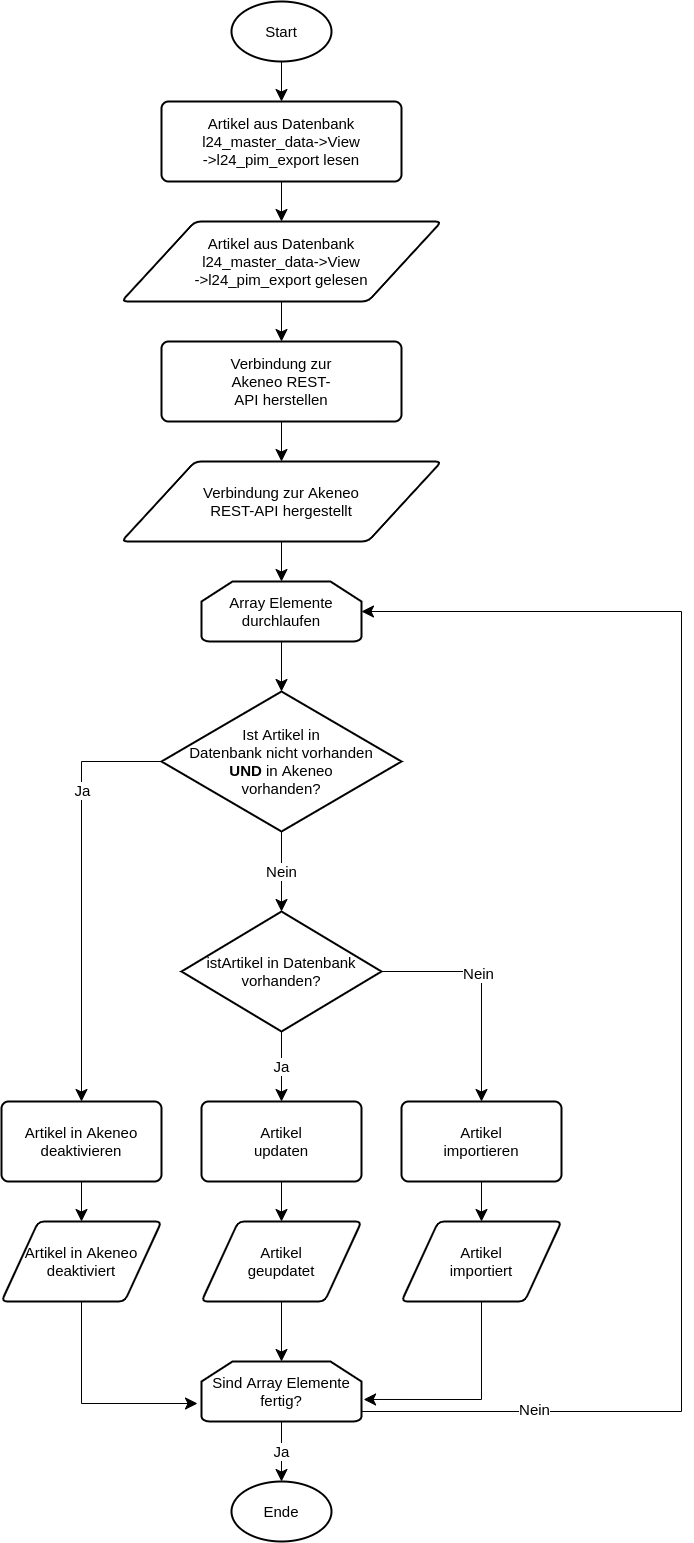
Above: PAP.png in kassemnaser/l24_master_data-Akeneo-middleware (draw.io), before the change. Source tidied: cells renumbered, new cells last; positions are measured from the earlier drawing's top-left corner, leaving out a move shared by most shapes. The source it was exported from:
```xml
<mxGraphModel>
  <root>
    <mxCell id="0" />
    <mxCell id="1" parent="0" />
    <mxCell id="2" style="edgeStyle=orthogonalEdgeStyle;rounded=0;jettySize=auto;html=1;endSize=10;" parent="1" edge="1" source="3" target="5">
      <mxGeometry relative="1" as="geometry" />
    </mxCell>
    <mxCell id="3" value="&lt;font style=&quot;font-size: 15px&quot;&gt;Start&lt;/font&gt;" style="strokeWidth=2;html=1;shape=mxgraph.flowchart.start_1;whiteSpace=wrap;" parent="1" vertex="1">
      <mxGeometry x="230" width="100" height="60" as="geometry" />
    </mxCell>
    <mxCell id="4" style="edgeStyle=orthogonalEdgeStyle;rounded=0;jettySize=auto;html=1;entryX=0.5;entryY=0;entryDx=0;entryDy=0;endSize=10;" parent="1" edge="1" source="5" target="7">
      <mxGeometry relative="1" as="geometry" />
    </mxCell>
    <mxCell id="5" value="&lt;div style=&quot;font-size: 15px&quot;&gt;&lt;font style=&quot;font-size: 15px&quot;&gt;Artikel aus Datenbank&lt;/font&gt;&lt;/div&gt;&lt;div style=&quot;font-size: 15px&quot;&gt;&lt;font style=&quot;font-size: 15px&quot;&gt;l24_master_data-&amp;gt;View&lt;/font&gt;&lt;/div&gt;&lt;div style=&quot;font-size: 15px&quot;&gt;&lt;font style=&quot;font-size: 15px&quot;&gt;-&amp;gt;&lt;/font&gt;&lt;span&gt;l24_pim_export lesen&lt;/span&gt;&lt;/div&gt;" style="rounded=1;whiteSpace=wrap;html=1;absoluteArcSize=1;arcSize=14;strokeWidth=2;" parent="1" vertex="1">
      <mxGeometry x="160" y="100" width="240" height="80" as="geometry" />
    </mxCell>
    <mxCell id="6" style="edgeStyle=orthogonalEdgeStyle;rounded=0;jettySize=auto;html=1;entryX=0.5;entryY=0;entryDx=0;entryDy=0;endSize=10;" parent="1" edge="1" source="7" target="9">
      <mxGeometry relative="1" as="geometry" />
    </mxCell>
    <mxCell id="7" value="&lt;div style=&quot;font-size: 15px&quot;&gt;Artikel aus Datenbank&lt;/div&gt;&lt;div style=&quot;font-size: 15px&quot;&gt;l24_master_data-&amp;gt;View&lt;/div&gt;&lt;div style=&quot;font-size: 15px&quot;&gt;&lt;span&gt;-&amp;gt;l24_pim_export&lt;/span&gt;&lt;span&gt;&amp;nbsp;gelesen&lt;/span&gt;&lt;/div&gt;" style="shape=parallelogram;html=1;strokeWidth=2;perimeter=parallelogramPerimeter;whiteSpace=wrap;rounded=1;arcSize=12;size=0.23;" parent="1" vertex="1">
      <mxGeometry x="120" y="220" width="320" height="80" as="geometry" />
    </mxCell>
    <mxCell id="8" style="edgeStyle=orthogonalEdgeStyle;rounded=0;jettySize=auto;html=1;entryX=0.5;entryY=0;entryDx=0;entryDy=0;endSize=10;" parent="1" edge="1" source="9" target="11">
      <mxGeometry relative="1" as="geometry" />
    </mxCell>
    <mxCell id="9" value="&lt;div style=&quot;font-size: 15px&quot;&gt;&lt;font style=&quot;font-size: 15px&quot;&gt;Verbindung zur&lt;/font&gt;&lt;/div&gt;&lt;div style=&quot;font-size: 15px&quot;&gt;&lt;font style=&quot;font-size: 15px&quot;&gt;Akeneo REST-&lt;/font&gt;&lt;/div&gt;&lt;div style=&quot;font-size: 15px&quot;&gt;&lt;font style=&quot;font-size: 15px&quot;&gt;API herstellen&lt;/font&gt;&lt;/div&gt;" style="rounded=1;whiteSpace=wrap;html=1;absoluteArcSize=1;arcSize=14;strokeWidth=2;" parent="1" vertex="1">
      <mxGeometry x="160" y="340" width="240" height="80" as="geometry" />
    </mxCell>
    <mxCell id="10" style="edgeStyle=orthogonalEdgeStyle;rounded=0;jettySize=auto;html=1;entryX=0.5;entryY=0;entryDx=0;entryDy=0;entryPerimeter=0;fontSize=15;endSize=10;" parent="1" edge="1" source="11" target="37">
      <mxGeometry relative="1" as="geometry" />
    </mxCell>
    <mxCell id="11" value="&lt;div style=&quot;font-size: 15px&quot;&gt;&lt;div&gt;Verbindung zur Akeneo&lt;/div&gt;&lt;div&gt;REST-API hergestellt&lt;/div&gt;&lt;/div&gt;" style="shape=parallelogram;html=1;strokeWidth=2;perimeter=parallelogramPerimeter;whiteSpace=wrap;rounded=1;arcSize=12;size=0.23;" parent="1" vertex="1">
      <mxGeometry x="120" y="460" width="320" height="80" as="geometry" />
    </mxCell>
    <mxCell id="12" style="edgeStyle=orthogonalEdgeStyle;rounded=0;jettySize=auto;html=1;entryX=0.5;entryY=0;entryDx=0;entryDy=0;endSize=10;exitX=0;exitY=0.5;exitDx=0;exitDy=0;exitPerimeter=0;" parent="1" edge="1" source="15" target="17">
      <mxGeometry relative="1" as="geometry" />
    </mxCell>
    <mxCell id="13" value="Ja" style="edgeLabel;html=1;align=center;verticalAlign=middle;fontSize=15;" parent="12" vertex="1">
      <mxGeometry x="-0.49" y="1" relative="1" as="geometry" />
    </mxCell>
    <mxCell id="14" value="Nein" style="edgeStyle=orthogonalEdgeStyle;rounded=0;jettySize=auto;html=1;entryX=0.5;entryY=0;entryDx=0;entryDy=0;entryPerimeter=0;fontSize=15;endSize=10;" parent="1" edge="1" source="15" target="23">
      <mxGeometry relative="1" as="geometry" />
    </mxCell>
    <mxCell id="15" value="&lt;div style=&quot;font-size: 15px&quot;&gt;&lt;font style=&quot;font-size: 15px&quot;&gt;Ist Artikel in&lt;/font&gt;&lt;/div&gt;&lt;div style=&quot;font-size: 15px&quot;&gt;&lt;font style=&quot;font-size: 15px&quot;&gt;Datenbank nicht vorhanden&lt;/font&gt;&lt;/div&gt;&lt;div style=&quot;font-size: 15px&quot;&gt;&lt;font style=&quot;font-size: 15px&quot;&gt;&lt;b&gt;UND&lt;/b&gt; in Akeneo&lt;/font&gt;&lt;/div&gt;&lt;div style=&quot;font-size: 15px&quot;&gt;&lt;font style=&quot;font-size: 15px&quot;&gt;vorhanden?&lt;/font&gt;&lt;/div&gt;" style="strokeWidth=2;html=1;shape=mxgraph.flowchart.decision;whiteSpace=wrap;" parent="1" vertex="1">
      <mxGeometry x="160" y="690" width="240" height="140" as="geometry" />
    </mxCell>
    <mxCell id="16" style="edgeStyle=orthogonalEdgeStyle;rounded=0;jettySize=auto;html=1;entryX=0.5;entryY=0;entryDx=0;entryDy=0;fontSize=15;endSize=10;" parent="1" edge="1" source="17" target="19">
      <mxGeometry relative="1" as="geometry" />
    </mxCell>
    <mxCell id="17" value="&lt;font style=&quot;font-size: 15px&quot;&gt;Artikel&amp;nbsp;in Akeneo&lt;/font&gt;&lt;div style=&quot;font-size: 15px&quot;&gt;&lt;font style=&quot;font-size: 15px&quot;&gt;deaktivieren&lt;/font&gt;&lt;/div&gt;" style="rounded=1;whiteSpace=wrap;html=1;absoluteArcSize=1;arcSize=14;strokeWidth=2;" parent="1" vertex="1">
      <mxGeometry y="1100" width="160" height="80" as="geometry" />
    </mxCell>
    <mxCell id="18" style="edgeStyle=orthogonalEdgeStyle;rounded=0;jettySize=auto;html=1;entryX=-0.025;entryY=0.7;entryDx=0;entryDy=0;entryPerimeter=0;fontSize=15;endSize=10;" parent="1" edge="1" source="19" target="35">
      <mxGeometry relative="1" as="geometry">
        <Array as="points">
          <mxPoint x="80" y="1402" />
        </Array>
      </mxGeometry>
    </mxCell>
    <mxCell id="19" value="&lt;font&gt;Artikel&amp;nbsp;in Akeneo&lt;/font&gt;&lt;div&gt;deaktiviert&lt;/div&gt;" style="shape=parallelogram;html=1;strokeWidth=2;perimeter=parallelogramPerimeter;whiteSpace=wrap;rounded=1;arcSize=12;size=0.23;fontSize=15;" parent="1" vertex="1">
      <mxGeometry y="1220" width="160" height="80" as="geometry" />
    </mxCell>
    <mxCell id="20" value="Ja" style="edgeStyle=orthogonalEdgeStyle;rounded=0;jettySize=auto;html=1;fontSize=15;endSize=10;" parent="1" edge="1" source="23" target="25">
      <mxGeometry relative="1" as="geometry" />
    </mxCell>
    <mxCell id="21" style="edgeStyle=orthogonalEdgeStyle;rounded=0;jettySize=auto;html=1;entryX=0.5;entryY=0;entryDx=0;entryDy=0;fontSize=15;endSize=10;" parent="1" edge="1" source="23" target="27">
      <mxGeometry relative="1" as="geometry" />
    </mxCell>
    <mxCell id="22" value="Nein" style="edgeLabel;html=1;align=center;verticalAlign=middle;fontSize=15;" parent="21" vertex="1">
      <mxGeometry x="-0.11" y="-3" relative="1" as="geometry" />
    </mxCell>
    <mxCell id="23" value="&lt;div&gt;istArtikel in Datenbank&lt;/div&gt;&lt;div&gt;vorhanden?&lt;/div&gt;" style="strokeWidth=2;html=1;shape=mxgraph.flowchart.decision;whiteSpace=wrap;fontSize=15;" parent="1" vertex="1">
      <mxGeometry x="180" y="910" width="200" height="120" as="geometry" />
    </mxCell>
    <mxCell id="24" style="edgeStyle=orthogonalEdgeStyle;rounded=0;jettySize=auto;html=1;entryX=0.5;entryY=0;entryDx=0;entryDy=0;fontSize=15;endSize=10;" parent="1" edge="1" source="25" target="29">
      <mxGeometry relative="1" as="geometry" />
    </mxCell>
    <mxCell id="25" value="&lt;div&gt;Artikel&lt;/div&gt;&lt;div&gt;updaten&lt;/div&gt;" style="rounded=1;whiteSpace=wrap;html=1;absoluteArcSize=1;arcSize=14;strokeWidth=2;fontSize=15;" parent="1" vertex="1">
      <mxGeometry x="200" y="1100" width="160" height="80" as="geometry" />
    </mxCell>
    <mxCell id="26" style="edgeStyle=orthogonalEdgeStyle;rounded=0;jettySize=auto;html=1;fontSize=15;endSize=10;" parent="1" edge="1" source="27" target="31">
      <mxGeometry relative="1" as="geometry" />
    </mxCell>
    <mxCell id="27" value="&lt;div&gt;Artikel&lt;/div&gt;&lt;div&gt;importieren&lt;/div&gt;" style="rounded=1;whiteSpace=wrap;html=1;absoluteArcSize=1;arcSize=14;strokeWidth=2;fontSize=15;" parent="1" vertex="1">
      <mxGeometry x="400" y="1100" width="160" height="80" as="geometry" />
    </mxCell>
    <mxCell id="28" style="edgeStyle=orthogonalEdgeStyle;rounded=0;jettySize=auto;html=1;fontSize=15;endSize=10;" parent="1" edge="1" source="29" target="35">
      <mxGeometry relative="1" as="geometry" />
    </mxCell>
    <mxCell id="29" value="&lt;div&gt;Artikel&lt;/div&gt;&lt;div&gt;geupdatet&lt;/div&gt;" style="shape=parallelogram;html=1;strokeWidth=2;perimeter=parallelogramPerimeter;whiteSpace=wrap;rounded=1;arcSize=12;size=0.23;fontSize=15;" parent="1" vertex="1">
      <mxGeometry x="200" y="1220" width="160" height="80" as="geometry" />
    </mxCell>
    <mxCell id="30" style="edgeStyle=orthogonalEdgeStyle;rounded=0;jettySize=auto;html=1;entryX=1.013;entryY=0.633;entryDx=0;entryDy=0;entryPerimeter=0;fontSize=15;endSize=10;" parent="1" edge="1" source="31" target="35">
      <mxGeometry relative="1" as="geometry">
        <Array as="points">
          <mxPoint x="480" y="1398" />
        </Array>
      </mxGeometry>
    </mxCell>
    <mxCell id="31" value="&lt;div&gt;Artikel&lt;/div&gt;&lt;div&gt;importiert&lt;/div&gt;" style="shape=parallelogram;html=1;strokeWidth=2;perimeter=parallelogramPerimeter;whiteSpace=wrap;rounded=1;arcSize=12;size=0.23;fontSize=15;" parent="1" vertex="1">
      <mxGeometry x="400" y="1220" width="160" height="80" as="geometry" />
    </mxCell>
    <mxCell id="32" style="edgeStyle=orthogonalEdgeStyle;rounded=0;jettySize=auto;html=1;entryX=1;entryY=0.5;entryDx=0;entryDy=0;entryPerimeter=0;fontSize=15;endSize=10;" parent="1" edge="1" source="35" target="37">
      <mxGeometry relative="1" as="geometry">
        <Array as="points">
          <mxPoint x="680" y="1410" />
          <mxPoint x="680" y="610" />
        </Array>
      </mxGeometry>
    </mxCell>
    <mxCell id="33" value="Nein" style="edgeLabel;html=1;align=center;verticalAlign=middle;fontSize=15;" parent="32" vertex="1">
      <mxGeometry x="-0.76" y="2" relative="1" as="geometry" />
    </mxCell>
    <mxCell id="34" value="Ja" style="edgeStyle=orthogonalEdgeStyle;rounded=0;jettySize=auto;html=1;entryX=0.5;entryY=0;entryDx=0;entryDy=0;entryPerimeter=0;fontSize=15;endSize=10;" parent="1" edge="1" source="35" target="38">
      <mxGeometry relative="1" as="geometry" />
    </mxCell>
    <mxCell id="35" value="&lt;div&gt;Sind Array Elemente&lt;/div&gt;&lt;div&gt;fertig?&lt;/div&gt;" style="strokeWidth=2;html=1;shape=mxgraph.flowchart.loop_limit;whiteSpace=wrap;fontSize=15;" parent="1" vertex="1">
      <mxGeometry x="200" y="1360" width="160" height="60" as="geometry" />
    </mxCell>
    <mxCell id="36" style="edgeStyle=orthogonalEdgeStyle;rounded=0;jettySize=auto;html=1;entryX=0.5;entryY=0;entryDx=0;entryDy=0;entryPerimeter=0;fontSize=15;endSize=10;" parent="1" edge="1" source="37" target="15">
      <mxGeometry relative="1" as="geometry" />
    </mxCell>
    <mxCell id="37" value="&lt;div&gt;Array Elemente&lt;/div&gt;&lt;div&gt;durchlaufen&lt;/div&gt;" style="strokeWidth=2;html=1;shape=mxgraph.flowchart.loop_limit;whiteSpace=wrap;fontSize=15;" parent="1" vertex="1">
      <mxGeometry x="200" y="580" width="160" height="60" as="geometry" />
    </mxCell>
    <mxCell id="38" value="&lt;font style=&quot;font-size: 15px&quot;&gt;Ende&lt;/font&gt;" style="strokeWidth=2;html=1;shape=mxgraph.flowchart.start_1;whiteSpace=wrap;" parent="1" vertex="1">
      <mxGeometry x="230" y="1480" width="100" height="60" as="geometry" />
    </mxCell>
  </root>
</mxGraphModel>
```
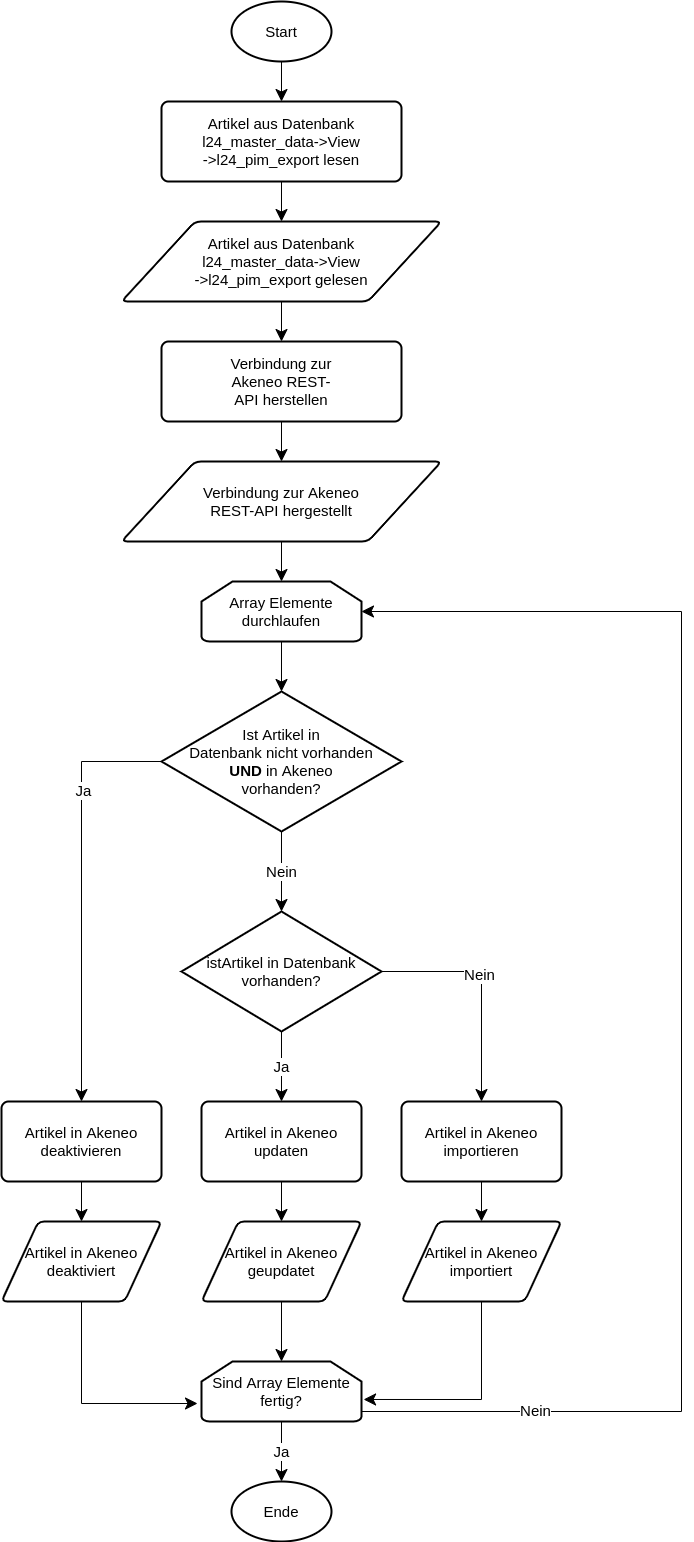
The same file after the commit.

Change to the diagram source:
```diff
@@ -75,19 +75,19 @@
     <mxCell id="24" style="edgeStyle=orthogonalEdgeStyle;rounded=0;jettySize=auto;html=1;entryX=0.5;entryY=0;entryDx=0;entryDy=0;fontSize=15;endSize=10;" parent="1" edge="1" source="25" target="29">
       <mxGeometry relative="1" as="geometry" />
     </mxCell>
-    <mxCell id="25" value="&lt;div&gt;Artikel&lt;/div&gt;&lt;div&gt;updaten&lt;/div&gt;" style="rounded=1;whiteSpace=wrap;html=1;absoluteArcSize=1;arcSize=14;strokeWidth=2;fontSize=15;" parent="1" vertex="1">
+    <mxCell id="25" value="&lt;div&gt;Artikel in Akeneo&lt;/div&gt;&lt;div&gt;updaten&lt;/div&gt;" style="rounded=1;whiteSpace=wrap;html=1;absoluteArcSize=1;arcSize=14;strokeWidth=2;fontSize=15;" parent="1" vertex="1">
       <mxGeometry x="200" y="1100" width="160" height="80" as="geometry" />
     </mxCell>
     <mxCell id="26" style="edgeStyle=orthogonalEdgeStyle;rounded=0;jettySize=auto;html=1;fontSize=15;endSize=10;" parent="1" edge="1" source="27" target="31">
       <mxGeometry relative="1" as="geometry" />
     </mxCell>
-    <mxCell id="27" value="&lt;div&gt;Artikel&lt;/div&gt;&lt;div&gt;importieren&lt;/div&gt;" style="rounded=1;whiteSpace=wrap;html=1;absoluteArcSize=1;arcSize=14;strokeWidth=2;fontSize=15;" parent="1" vertex="1">
+    <mxCell id="27" value="&lt;div&gt;Artikel in Akeneo&lt;/div&gt;&lt;div&gt;importieren&lt;/div&gt;" style="rounded=1;whiteSpace=wrap;html=1;absoluteArcSize=1;arcSize=14;strokeWidth=2;fontSize=15;" parent="1" vertex="1">
       <mxGeometry x="400" y="1100" width="160" height="80" as="geometry" />
     </mxCell>
     <mxCell id="28" style="edgeStyle=orthogonalEdgeStyle;rounded=0;jettySize=auto;html=1;fontSize=15;endSize=10;" parent="1" edge="1" source="29" target="35">
       <mxGeometry relative="1" as="geometry" />
     </mxCell>
-    <mxCell id="29" value="&lt;div&gt;Artikel&lt;/div&gt;&lt;div&gt;geupdatet&lt;/div&gt;" style="shape=parallelogram;html=1;strokeWidth=2;perimeter=parallelogramPerimeter;whiteSpace=wrap;rounded=1;arcSize=12;size=0.23;fontSize=15;" parent="1" vertex="1">
+    <mxCell id="29" value="&lt;div&gt;Artikel in Akeneo&lt;/div&gt;&lt;div&gt;geupdatet&lt;/div&gt;" style="shape=parallelogram;html=1;strokeWidth=2;perimeter=parallelogramPerimeter;whiteSpace=wrap;rounded=1;arcSize=12;size=0.23;fontSize=15;" parent="1" vertex="1">
       <mxGeometry x="200" y="1220" width="160" height="80" as="geometry" />
     </mxCell>
     <mxCell id="30" style="edgeStyle=orthogonalEdgeStyle;rounded=0;jettySize=auto;html=1;entryX=1.013;entryY=0.633;entryDx=0;entryDy=0;entryPerimeter=0;fontSize=15;endSize=10;" parent="1" edge="1" source="31" target="35">
@@ -97,7 +97,7 @@
         </Array>
       </mxGeometry>
     </mxCell>
-    <mxCell id="31" value="&lt;div&gt;Artikel&lt;/div&gt;&lt;div&gt;importiert&lt;/div&gt;" style="shape=parallelogram;html=1;strokeWidth=2;perimeter=parallelogramPerimeter;whiteSpace=wrap;rounded=1;arcSize=12;size=0.23;fontSize=15;" parent="1" vertex="1">
+    <mxCell id="31" value="&lt;div&gt;Artikel in Akeneo&lt;/div&gt;&lt;div&gt;importiert&lt;/div&gt;" style="shape=parallelogram;html=1;strokeWidth=2;perimeter=parallelogramPerimeter;whiteSpace=wrap;rounded=1;arcSize=12;size=0.23;fontSize=15;" parent="1" vertex="1">
       <mxGeometry x="400" y="1220" width="160" height="80" as="geometry" />
     </mxCell>
     <mxCell id="32" style="edgeStyle=orthogonalEdgeStyle;rounded=0;jettySize=auto;html=1;entryX=1;entryY=0.5;entryDx=0;entryDy=0;entryPerimeter=0;fontSize=15;endSize=10;" parent="1" edge="1" source="35" target="37">
```
